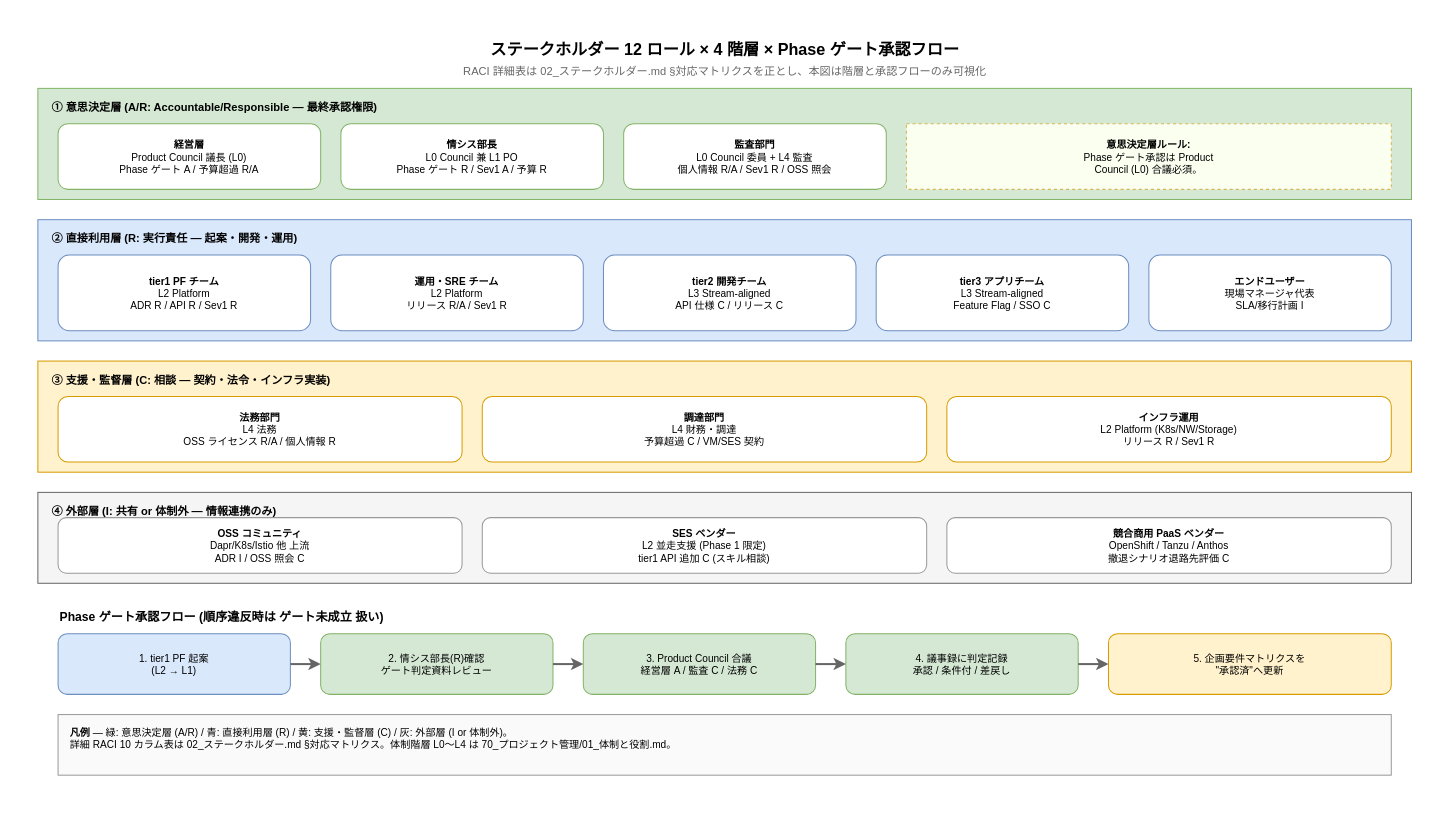
Above: docs/03_要件定義/00_要件定義方針/img/stakeholder_raci.drawio in RyuheiKiso/k1s0 (draw.io), before the change. Source tidied: cells renumbered, new cells numbered last; positions are measured from the earlier drawing's top-left corner, leaving out a move shared by most shapes. Both pictures are drawn from the tidied source at 101%, with x=0, y=0 at pixel (17, 17).
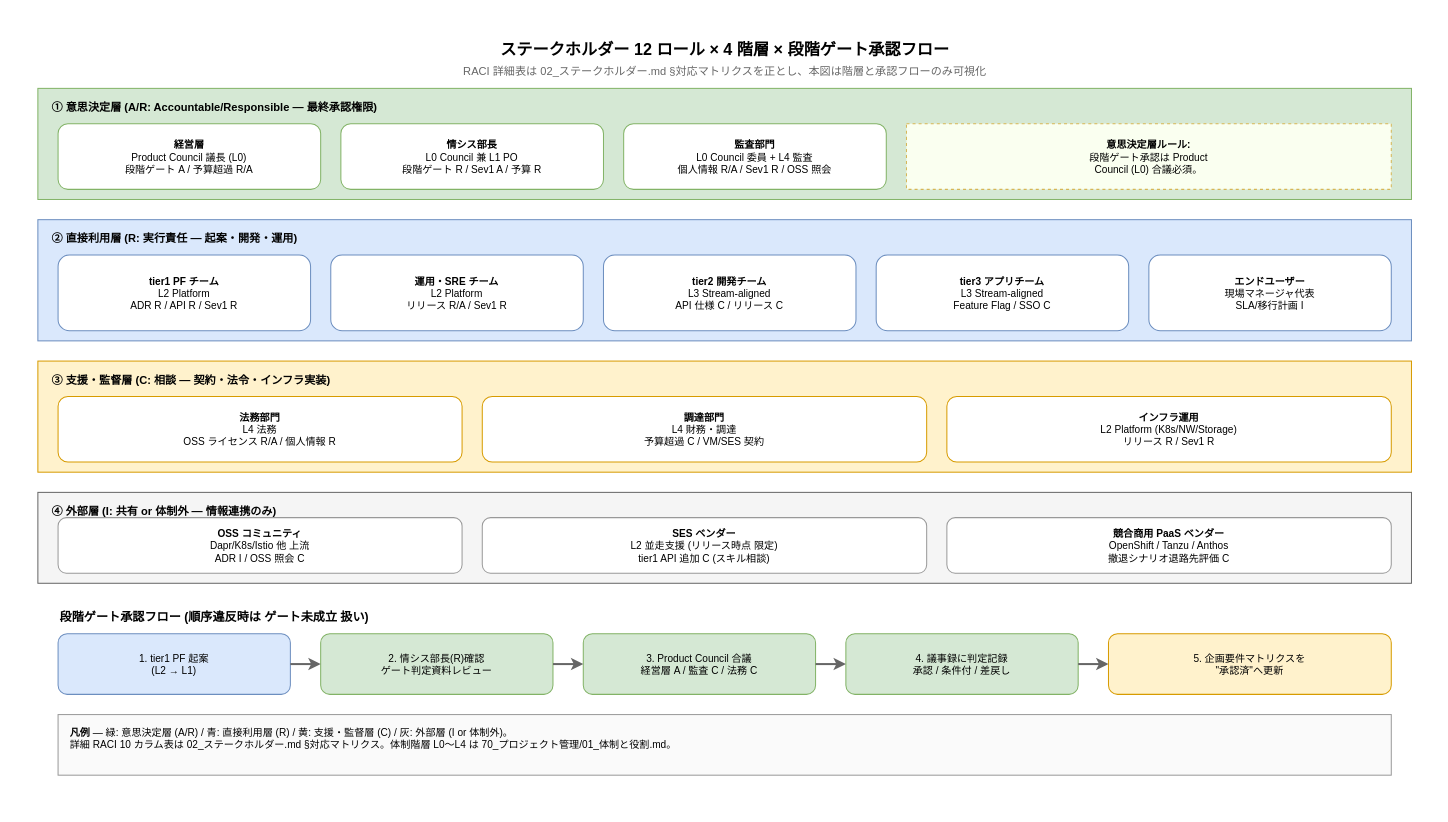
Above is the later version.

Diff of the diagram source:
```diff
@@
-    <mxCell id="3" value="ステークホルダー 12 ロール × 4 階層 × Phase ゲート承認フロー" style="text;html=1;align=center;fontSize=16;fontStyle=1;fontColor=#000000;" parent="1" vertex="1">
+    <mxCell id="3" value="ステークホルダー 12 ロール × 4 階層 × 段階ゲート承認フロー" style="text;html=1;align=center;fontSize=16;fontStyle=1;fontColor=#000000;" parent="1" vertex="1">
       <mxGeometry x="200" y="15" width="1000" height="24" as="geometry" />
     </mxCell>
@@
-    <mxCell id="6" value="&lt;b&gt;経営層&lt;/b&gt;&#10;Product Council 議長 (L0)&#10;Phase ゲート A / 予算超過 R/A" style="rounded=1;whiteSpace=wrap;html=1;fillColor=#ffffff;strokeColor=#82b366;fontSize=10;fontColor=#000000;" parent="1" vertex="1">
+    <mxCell id="6" value="&lt;b&gt;経営層&lt;/b&gt;&#10;Product Council 議長 (L0)&#10;段階ゲート A / 予算超過 R/A" style="rounded=1;whiteSpace=wrap;html=1;fillColor=#ffffff;strokeColor=#82b366;fontSize=10;fontColor=#000000;" parent="1" vertex="1">
       <mxGeometry x="40" y="105" width="260" height="65" as="geometry" />
     </mxCell>
-    <mxCell id="7" value="&lt;b&gt;情シス部長&lt;/b&gt;&#10;L0 Council 兼 L1 PO&#10;Phase ゲート R / Sev1 A / 予算 R" style="rounded=1;whiteSpace=wrap;html=1;fillColor=#ffffff;strokeColor=#82b366;fontSize=10;fontColor=#000000;" parent="1" vertex="1">
+    <mxCell id="7" value="&lt;b&gt;情シス部長&lt;/b&gt;&#10;L0 Council 兼 L1 PO&#10;段階ゲート R / Sev1 A / 予算 R" style="rounded=1;whiteSpace=wrap;html=1;fillColor=#ffffff;strokeColor=#82b366;fontSize=10;fontColor=#000000;" parent="1" vertex="1">
       <mxGeometry x="320" y="105" width="260" height="65" as="geometry" />
     </mxCell>
@@
-    <mxCell id="9" value="&lt;b&gt;意思決定層ルール:&lt;/b&gt;&#10;Phase ゲート承認は Product&#10;Council (L0) 合議必須。" style="rounded=0;whiteSpace=wrap;html=1;fillColor=#fafff0;strokeColor=#d6b656;dashed=1;fontSize=10;fontColor=#000000;" parent="1" vertex="1">
+    <mxCell id="9" value="&lt;b&gt;意思決定層ルール:&lt;/b&gt;&#10;段階ゲート承認は Product&#10;Council (L0) 合議必須。" style="rounded=0;whiteSpace=wrap;html=1;fillColor=#fafff0;strokeColor=#d6b656;dashed=1;fontSize=10;fontColor=#000000;" parent="1" vertex="1">
       <mxGeometry x="880" y="105" width="480" height="65" as="geometry" />
     </mxCell>
@@
-    <mxCell id="22" value="&lt;b&gt;SES ベンダー&lt;/b&gt;&#10;L2 並走支援 (Phase 1 限定)&#10;tier1 API 追加 C (スキル相談)" style="rounded=1;whiteSpace=wrap;html=1;fillColor=#ffffff;strokeColor=#999999;fontSize=10;fontColor=#000000;" parent="1" vertex="1">
+    <mxCell id="22" value="&lt;b&gt;SES ベンダー&lt;/b&gt;&#10;L2 並走支援 (リリース時点 限定)&#10;tier1 API 追加 C (スキル相談)" style="rounded=1;whiteSpace=wrap;html=1;fillColor=#ffffff;strokeColor=#999999;fontSize=10;fontColor=#000000;" parent="1" vertex="1">
       <mxGeometry x="460" y="495" width="440" height="55" as="geometry" />
     </mxCell>
@@
-    <mxCell id="24" value="Phase ゲート承認フロー (順序違反時は ゲート未成立 扱い)" style="text;html=1;align=left;fontSize=12;fontStyle=1;fontColor=#000000;" parent="1" vertex="1">
+    <mxCell id="24" value="段階ゲート承認フロー (順序違反時は ゲート未成立 扱い)" style="text;html=1;align=left;fontSize=12;fontStyle=1;fontColor=#000000;" parent="1" vertex="1">
       <mxGeometry x="40" y="580" width="600" height="20" as="geometry" />
     </mxCell>
```
